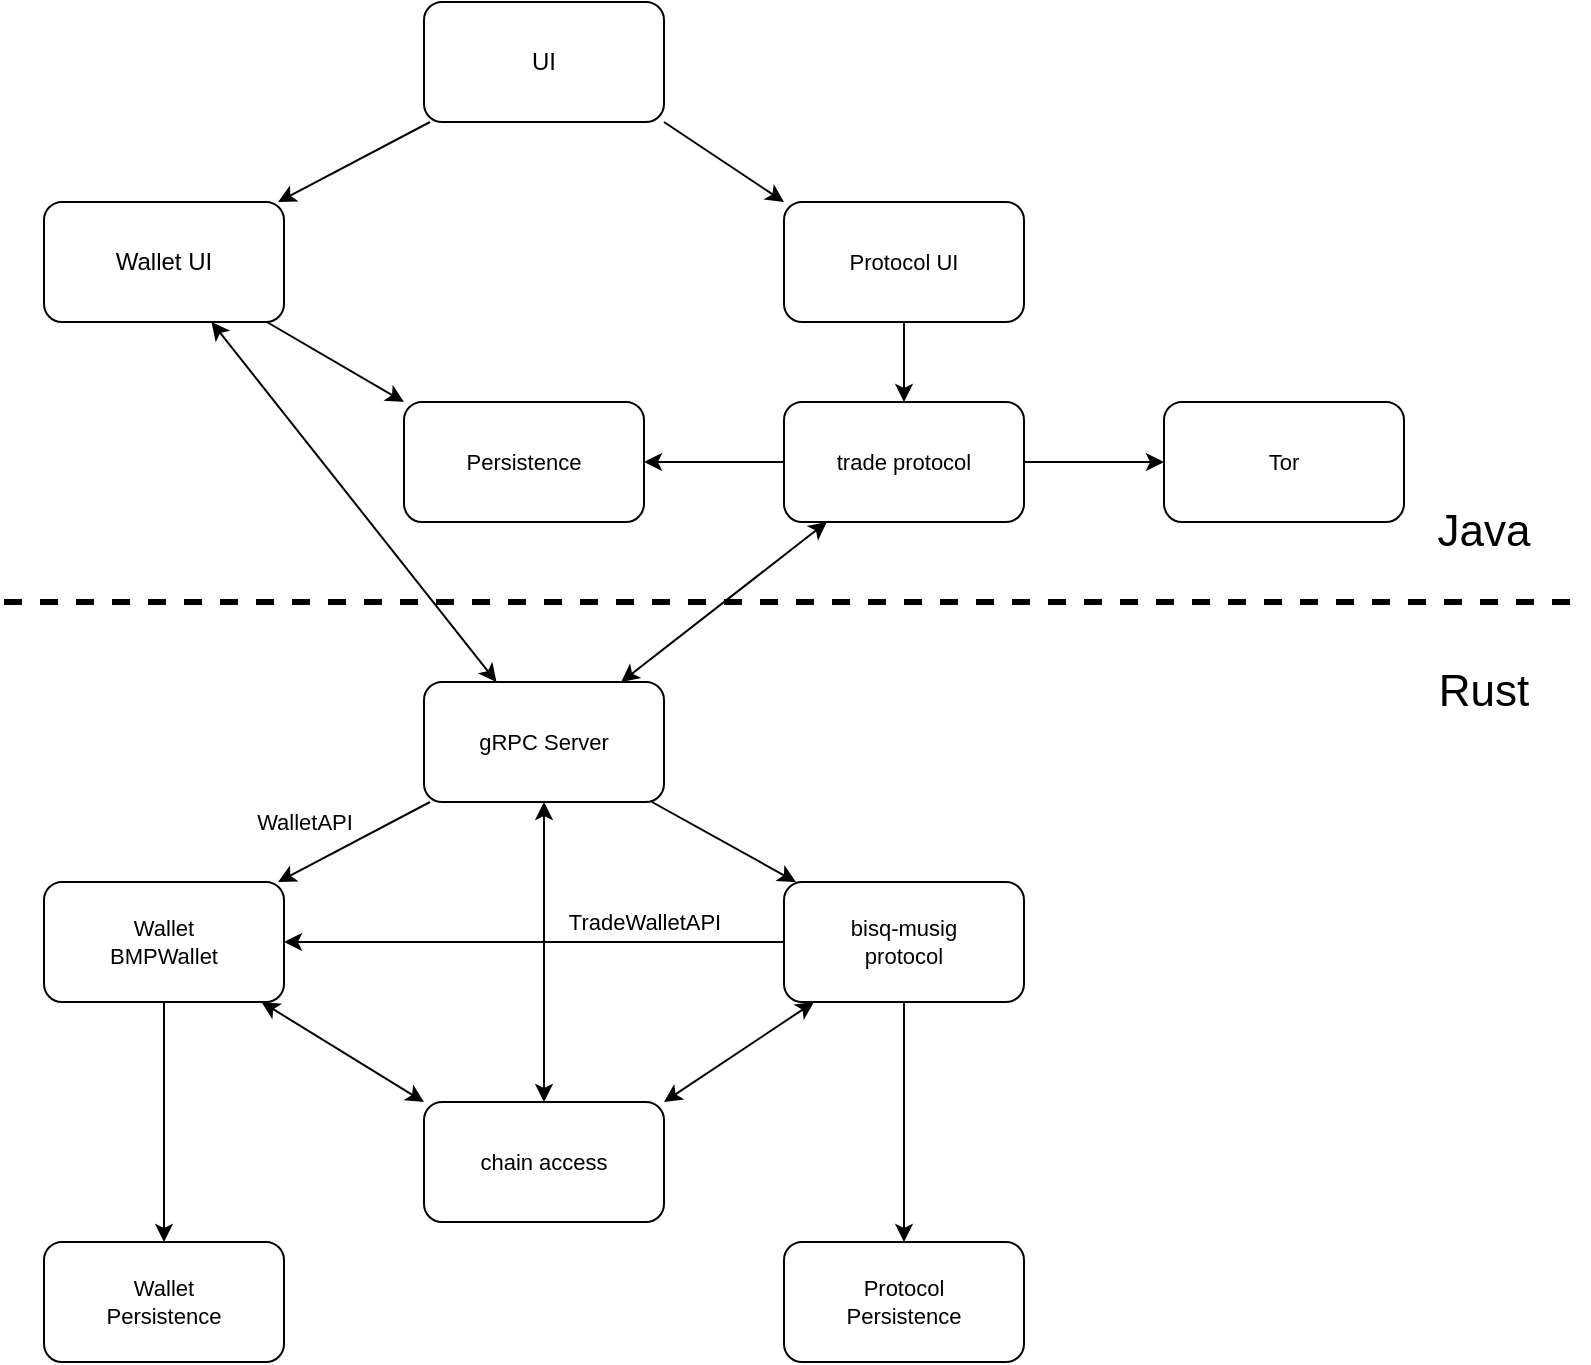
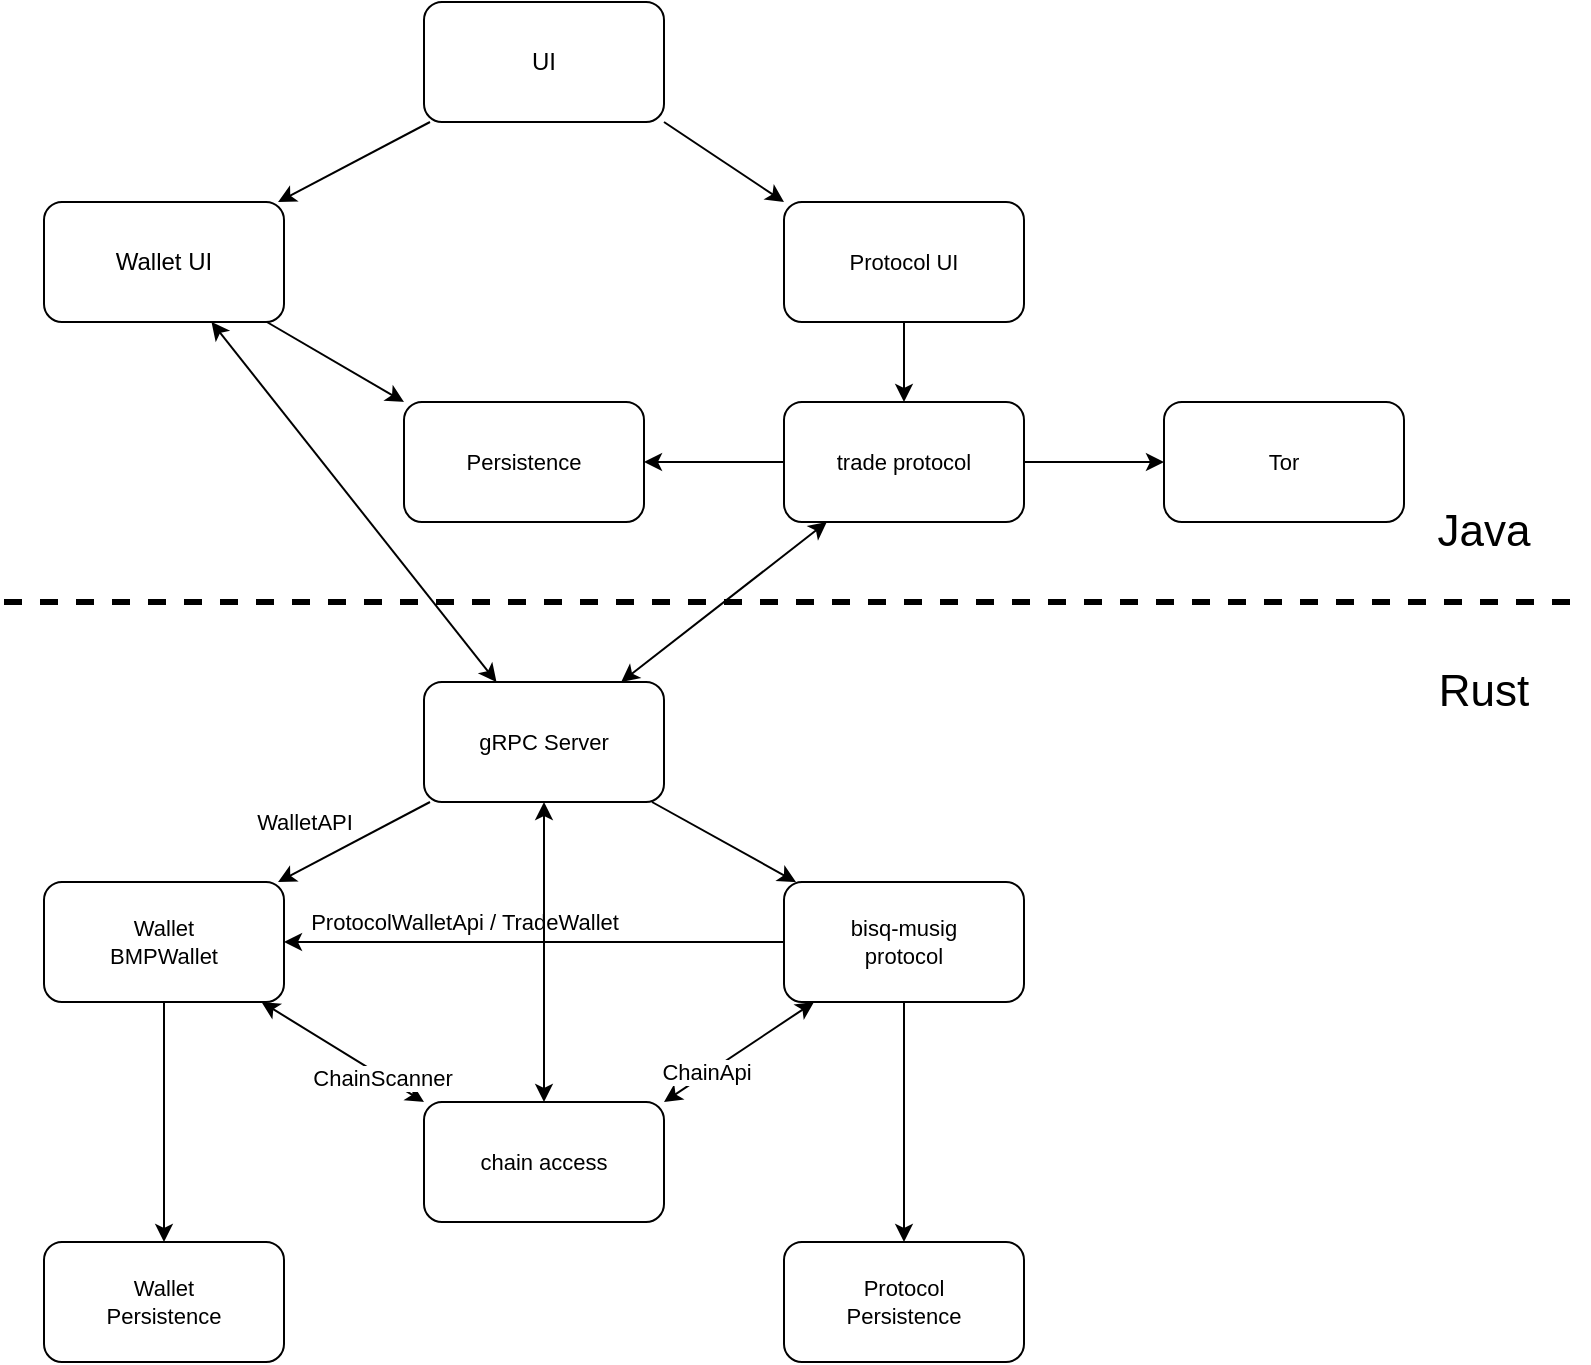
- <mxfile host="drawio-plugin" modified="2025-11-28T12:58:54.289Z" agent="Mozilla/5.0 (X11; Linux x86_64) AppleWebKit/537.36 (KHTML, like Gecko) Chrome/122.0.0.0 Safari/537.36" etag="fs9q0RP9Ydq4P17JCCPl" version="22.1.22" type="embed">
+ <mxfile host="drawio-plugin" modified="2026-05-21T18:13:08.195Z" agent="Mozilla/5.0 (X11; Linux x86_64) AppleWebKit/537.36 (KHTML, like Gecko) Chrome/137.0.0.0 Safari/537.36" etag="HEGdAK8eI8dA3nwkhV21" version="22.1.22" type="embed">
  <diagram id="23iRSUPoRavnBvh4doch" name="Page-1">
-     <mxGraphModel dx="1028" dy="800" grid="1" gridSize="10" guides="1" tooltips="1" connect="1" arrows="1" fold="1" page="1" pageScale="1" pageWidth="827" pageHeight="1169" background="#ffffff" math="0" shadow="0">
+     <mxGraphModel dx="949" dy="442" grid="1" gridSize="10" guides="1" tooltips="1" connect="1" arrows="1" fold="1" page="1" pageScale="1" pageWidth="827" pageHeight="1169" background="#ffffff" math="0" shadow="0">
      <root>
        <mxCell id="0" />
        <mxCell id="1" parent="0" />
        <mxCell id="5" style="rounded=0;orthogonalLoop=1;jettySize=auto;html=1;" parent="1" source="3" target="4" edge="1">
          <mxGeometry relative="1" as="geometry" />
        </mxCell>
        <mxCell id="7" style="edgeStyle=none;shape=connector;rounded=0;orthogonalLoop=1;jettySize=auto;html=1;labelBackgroundColor=default;strokeColor=default;align=center;verticalAlign=middle;fontFamily=Helvetica;fontSize=11;fontColor=default;endArrow=classic;entryX=0;entryY=0;entryDx=0;entryDy=0;exitX=1;exitY=1;exitDx=0;exitDy=0;" parent="1" source="3" target="6" edge="1">
          <mxGeometry relative="1" as="geometry" />
        </mxCell>
        <mxCell id="3" value="UI" style="rounded=1;whiteSpace=wrap;html=1;" parent="1" vertex="1">
          <mxGeometry x="240" y="100" width="120" height="60" as="geometry" />
        </mxCell>
        <mxCell id="13" style="edgeStyle=none;shape=connector;rounded=0;orthogonalLoop=1;jettySize=auto;html=1;labelBackgroundColor=default;strokeColor=default;align=center;verticalAlign=middle;fontFamily=Helvetica;fontSize=11;fontColor=default;endArrow=classic;startArrow=classic;startFill=1;" parent="1" source="4" target="33" edge="1">
          <mxGeometry relative="1" as="geometry" />
        </mxCell>
        <mxCell id="22" style="edgeStyle=none;shape=connector;rounded=0;orthogonalLoop=1;jettySize=auto;html=1;entryX=0;entryY=0;entryDx=0;entryDy=0;labelBackgroundColor=default;strokeColor=default;align=center;verticalAlign=middle;fontFamily=Helvetica;fontSize=11;fontColor=default;endArrow=classic;" parent="1" source="4" target="21" edge="1">
          <mxGeometry relative="1" as="geometry" />
        </mxCell>
        <mxCell id="4" value="Wallet UI" style="rounded=1;whiteSpace=wrap;html=1;" parent="1" vertex="1">
          <mxGeometry x="50" y="200" width="120" height="60" as="geometry" />
        </mxCell>
        <mxCell id="9" style="edgeStyle=none;shape=connector;rounded=0;orthogonalLoop=1;jettySize=auto;html=1;entryX=0.5;entryY=0;entryDx=0;entryDy=0;labelBackgroundColor=default;strokeColor=default;align=center;verticalAlign=middle;fontFamily=Helvetica;fontSize=11;fontColor=default;endArrow=classic;" parent="1" source="6" target="8" edge="1">
          <mxGeometry relative="1" as="geometry" />
        </mxCell>
        <mxCell id="6" value="Protocol UI" style="rounded=1;whiteSpace=wrap;html=1;fontFamily=Helvetica;fontSize=11;fontColor=default;" parent="1" vertex="1">
          <mxGeometry x="420" y="200" width="120" height="60" as="geometry" />
        </mxCell>
        <mxCell id="20" style="edgeStyle=none;shape=connector;rounded=0;orthogonalLoop=1;jettySize=auto;html=1;entryX=0;entryY=0.5;entryDx=0;entryDy=0;labelBackgroundColor=default;strokeColor=default;align=center;verticalAlign=middle;fontFamily=Helvetica;fontSize=11;fontColor=default;endArrow=classic;" parent="1" source="8" target="19" edge="1">
          <mxGeometry relative="1" as="geometry" />
        </mxCell>
        <mxCell id="23" style="edgeStyle=none;shape=connector;rounded=0;orthogonalLoop=1;jettySize=auto;html=1;entryX=1;entryY=0.5;entryDx=0;entryDy=0;labelBackgroundColor=default;strokeColor=default;align=center;verticalAlign=middle;fontFamily=Helvetica;fontSize=11;fontColor=default;endArrow=classic;" parent="1" source="8" target="21" edge="1">
          <mxGeometry relative="1" as="geometry" />
        </mxCell>
        <mxCell id="8" value="trade protocol" style="rounded=1;whiteSpace=wrap;html=1;fontFamily=Helvetica;fontSize=11;fontColor=default;" parent="1" vertex="1">
          <mxGeometry x="420" y="300" width="120" height="60" as="geometry" />
        </mxCell>
        <mxCell id="14" style="edgeStyle=none;shape=connector;rounded=0;orthogonalLoop=1;jettySize=auto;html=1;entryX=0;entryY=0;entryDx=0;entryDy=0;labelBackgroundColor=default;strokeColor=default;align=center;verticalAlign=middle;fontFamily=Helvetica;fontSize=11;fontColor=default;endArrow=classic;startArrow=classic;startFill=1;" parent="1" source="10" target="12" edge="1">
          <mxGeometry relative="1" as="geometry" />
        </mxCell>
+         <mxCell id="40" value="ChainScanner" style="edgeLabel;html=1;align=center;verticalAlign=middle;resizable=0;points=[];" parent="14" vertex="1" connectable="0">
+           <mxGeometry x="0.4755" y="-1" relative="1" as="geometry">
+             <mxPoint as="offset" />
+           </mxGeometry>
+         </mxCell>
        <mxCell id="17" style="edgeStyle=none;shape=connector;rounded=0;orthogonalLoop=1;jettySize=auto;html=1;labelBackgroundColor=default;strokeColor=default;align=center;verticalAlign=middle;fontFamily=Helvetica;fontSize=11;fontColor=default;endArrow=none;startArrow=classic;startFill=1;endFill=0;" parent="1" source="10" target="11" edge="1">
          <mxGeometry relative="1" as="geometry" />
        </mxCell>
-         <mxCell id="39" value="TradeWalletAPI&lt;br&gt;" style="edgeLabel;html=1;align=center;verticalAlign=middle;resizable=0;points=[];" parent="17" vertex="1" connectable="0">
+         <mxCell id="39" value="ProtocolWalletApi / TradeWallet" style="edgeLabel;html=1;align=center;verticalAlign=middle;resizable=0;points=[];" parent="17" vertex="1" connectable="0">
          <mxGeometry x="0.48" y="-1" relative="1" as="geometry">
-             <mxPoint x="-5" y="-11" as="offset" />
+             <mxPoint x="-95" y="-11" as="offset" />
          </mxGeometry>
        </mxCell>
        <mxCell id="30" style="edgeStyle=none;shape=connector;rounded=0;orthogonalLoop=1;jettySize=auto;html=1;entryX=0.5;entryY=0;entryDx=0;entryDy=0;labelBackgroundColor=default;strokeColor=default;align=center;verticalAlign=middle;fontFamily=Helvetica;fontSize=11;fontColor=default;endArrow=classic;" parent="1" source="10" target="29" edge="1">
          <mxGeometry relative="1" as="geometry" />
        </mxCell>
        <mxCell id="10" value="Wallet&lt;br&gt;BMPWallet" style="rounded=1;whiteSpace=wrap;html=1;fontFamily=Helvetica;fontSize=11;fontColor=default;" parent="1" vertex="1">
          <mxGeometry x="50" y="540" width="120" height="60" as="geometry" />
        </mxCell>
        <mxCell id="16" style="edgeStyle=none;shape=connector;rounded=0;orthogonalLoop=1;jettySize=auto;html=1;entryX=1;entryY=0;entryDx=0;entryDy=0;labelBackgroundColor=default;strokeColor=default;align=center;verticalAlign=middle;fontFamily=Helvetica;fontSize=11;fontColor=default;endArrow=classic;startArrow=classic;startFill=1;" parent="1" source="11" target="12" edge="1">
          <mxGeometry relative="1" as="geometry" />
+         </mxCell>
+         <mxCell id="41" value="ChainApi" style="edgeLabel;html=1;align=center;verticalAlign=middle;resizable=0;points=[];" vertex="1" connectable="0" parent="16">
+           <mxGeometry x="0.4442" relative="1" as="geometry">
+             <mxPoint y="-1" as="offset" />
+           </mxGeometry>
        </mxCell>
        <mxCell id="31" style="edgeStyle=none;shape=connector;rounded=0;orthogonalLoop=1;jettySize=auto;html=1;labelBackgroundColor=default;strokeColor=default;align=center;verticalAlign=middle;fontFamily=Helvetica;fontSize=11;fontColor=default;endArrow=classic;" parent="1" source="11" target="37" edge="1">
          <mxGeometry relative="1" as="geometry" />
        </mxCell>
        <mxCell id="11" value="bisq-musig&lt;br&gt;protocol" style="rounded=1;whiteSpace=wrap;html=1;fontFamily=Helvetica;fontSize=11;fontColor=default;" parent="1" vertex="1">
          <mxGeometry x="420" y="540" width="120" height="60" as="geometry" />
        </mxCell>
        <mxCell id="12" value="chain access" style="rounded=1;whiteSpace=wrap;html=1;fontFamily=Helvetica;fontSize=11;fontColor=default;" parent="1" vertex="1">
          <mxGeometry x="240" y="650" width="120" height="60" as="geometry" />
        </mxCell>
        <mxCell id="19" value="Tor" style="rounded=1;whiteSpace=wrap;html=1;fontFamily=Helvetica;fontSize=11;fontColor=default;" parent="1" vertex="1">
          <mxGeometry x="610" y="300" width="120" height="60" as="geometry" />
        </mxCell>
        <mxCell id="21" value="Persistence" style="rounded=1;whiteSpace=wrap;html=1;fontFamily=Helvetica;fontSize=11;fontColor=default;" parent="1" vertex="1">
          <mxGeometry x="230" y="300" width="120" height="60" as="geometry" />
        </mxCell>
        <mxCell id="24" value="" style="endArrow=none;dashed=1;html=1;rounded=0;labelBackgroundColor=default;strokeColor=default;align=center;verticalAlign=middle;fontFamily=Helvetica;fontSize=11;fontColor=default;shape=connector;strokeWidth=3;" parent="1" edge="1">
          <mxGeometry width="50" height="50" relative="1" as="geometry">
            <mxPoint x="30" y="400" as="sourcePoint" />
            <mxPoint x="820" y="400" as="targetPoint" />
          </mxGeometry>
        </mxCell>
        <mxCell id="26" value="&lt;font style=&quot;font-size: 22px;&quot;&gt;Java&lt;/font&gt;" style="text;html=1;strokeColor=none;fillColor=none;align=center;verticalAlign=middle;whiteSpace=wrap;rounded=0;fontSize=11;fontFamily=Helvetica;fontColor=default;" parent="1" vertex="1">
          <mxGeometry x="740" y="350" width="60" height="30" as="geometry" />
        </mxCell>
        <mxCell id="28" value="&lt;font style=&quot;font-size: 22px;&quot;&gt;Rust&lt;/font&gt;" style="text;html=1;strokeColor=none;fillColor=none;align=center;verticalAlign=middle;whiteSpace=wrap;rounded=0;fontSize=11;fontFamily=Helvetica;fontColor=default;" parent="1" vertex="1">
          <mxGeometry x="740" y="430" width="60" height="30" as="geometry" />
        </mxCell>
        <mxCell id="29" value="Wallet&lt;br&gt;Persistence" style="rounded=1;whiteSpace=wrap;html=1;fontFamily=Helvetica;fontSize=11;fontColor=default;" parent="1" vertex="1">
          <mxGeometry x="50" y="720" width="120" height="60" as="geometry" />
        </mxCell>
        <mxCell id="32" style="edgeStyle=none;shape=connector;rounded=0;orthogonalLoop=1;jettySize=auto;html=1;labelBackgroundColor=default;strokeColor=default;align=center;verticalAlign=middle;fontFamily=Helvetica;fontSize=11;fontColor=default;endArrow=classic;startArrow=classic;startFill=1;" parent="1" source="8" target="33" edge="1">
          <mxGeometry relative="1" as="geometry">
            <mxPoint x="430" y="370" as="sourcePoint" />
            <mxPoint x="310" y="550" as="targetPoint" />
          </mxGeometry>
        </mxCell>
        <mxCell id="34" style="rounded=0;orthogonalLoop=1;jettySize=auto;html=1;" parent="1" source="33" target="10" edge="1">
          <mxGeometry relative="1" as="geometry" />
        </mxCell>
        <mxCell id="38" value="WalletAPI" style="edgeLabel;html=1;align=center;verticalAlign=middle;resizable=0;points=[];" parent="34" vertex="1" connectable="0">
          <mxGeometry x="0.0412" y="-1" relative="1" as="geometry">
            <mxPoint x="-23" y="-10" as="offset" />
          </mxGeometry>
        </mxCell>
        <mxCell id="35" style="edgeStyle=none;shape=connector;rounded=0;orthogonalLoop=1;jettySize=auto;html=1;labelBackgroundColor=default;strokeColor=default;align=center;verticalAlign=middle;fontFamily=Helvetica;fontSize=11;fontColor=default;endArrow=classic;" parent="1" source="33" target="11" edge="1">
          <mxGeometry relative="1" as="geometry" />
        </mxCell>
        <mxCell id="36" style="rounded=0;orthogonalLoop=1;jettySize=auto;html=1;labelBackgroundColor=default;strokeColor=default;align=center;verticalAlign=middle;fontFamily=Helvetica;fontSize=11;fontColor=default;endArrow=classic;endFill=1;startArrow=classic;startFill=1;" parent="1" source="33" target="12" edge="1">
          <mxGeometry relative="1" as="geometry" />
        </mxCell>
        <mxCell id="33" value="gRPC Server" style="rounded=1;whiteSpace=wrap;html=1;fontFamily=Helvetica;fontSize=11;fontColor=default;" parent="1" vertex="1">
          <mxGeometry x="240" y="440" width="120" height="60" as="geometry" />
        </mxCell>
        <mxCell id="37" value="Protocol&lt;br&gt;Persistence" style="rounded=1;whiteSpace=wrap;html=1;fontFamily=Helvetica;fontSize=11;fontColor=default;" parent="1" vertex="1">
          <mxGeometry x="420" y="720" width="120" height="60" as="geometry" />
        </mxCell>
      </root>
    </mxGraphModel>
  </diagram>
</mxfile>
